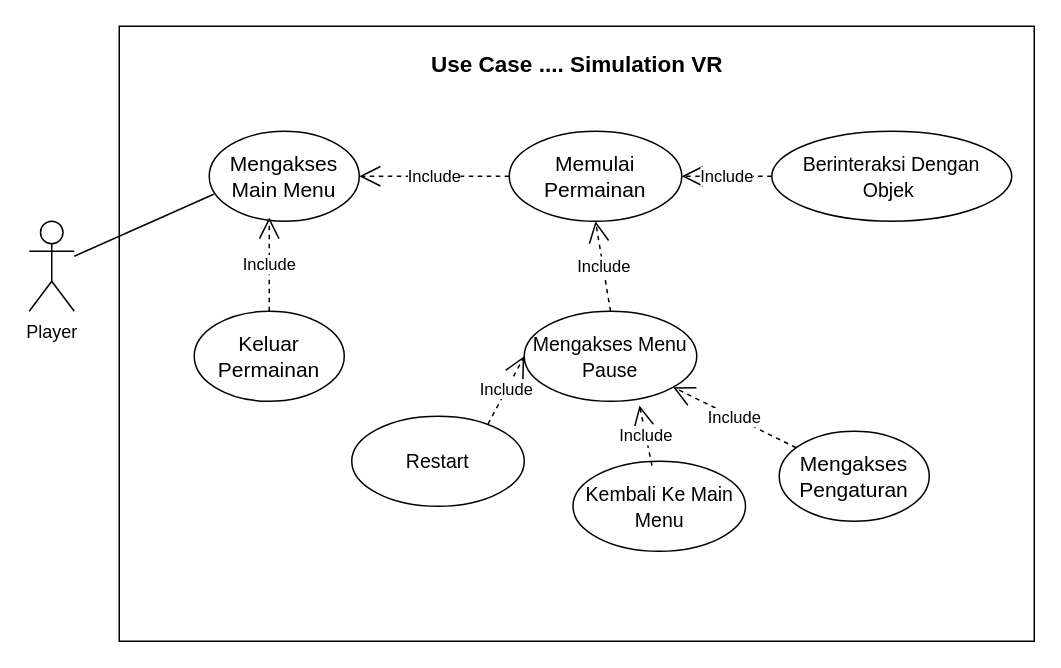
Before: USE CASE SIMULATION GAME VR.drawio in irfanshow/UML, a draw.io diagram. Source tidied: cells renumbered, new cells numbered last; positions are measured from the earlier drawing's top-left corner, leaving out a move shared by most shapes. Both pictures are drawn from the tidied source at 150%, with x=0, y=0 at pixel (28, 26).
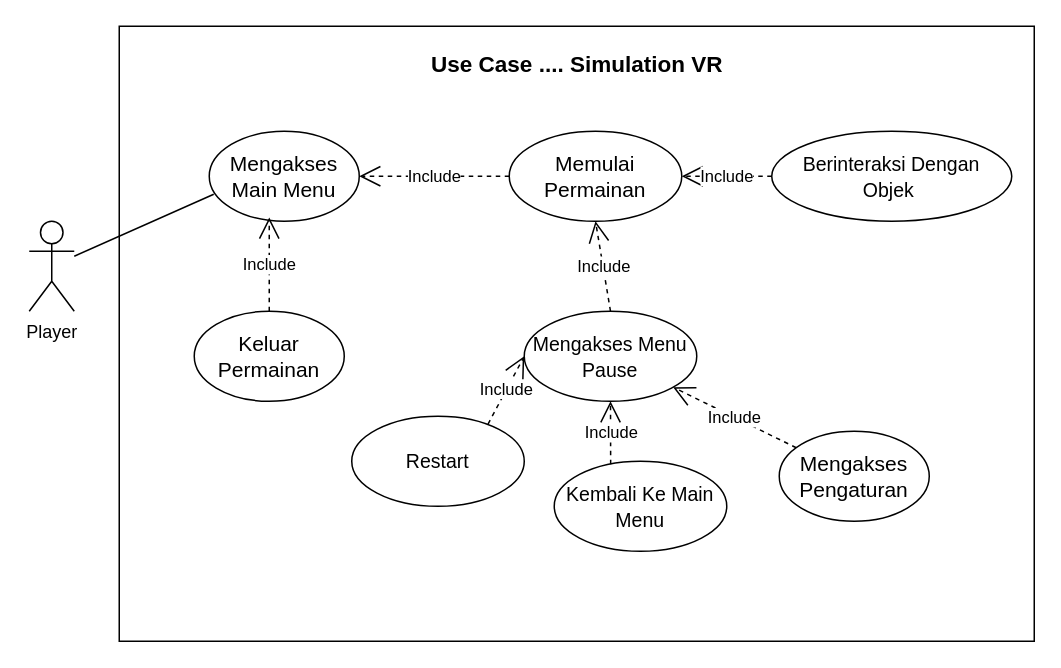
Above is the later version.

The change refers to these unchanged cells:
```xml
<mxCell id="9" value="&lt;font style=&quot;font-size: 13px;&quot;&gt;Mengakses Menu Pause&lt;/font&gt;" style="ellipse;whiteSpace=wrap;html=1;fontSize=14;" parent="1" vertex="1">
  <mxGeometry x="330" y="190" width="115" height="60" as="geometry" />
</mxCell>
```

The edit, as a diff of the source:
```diff
@@
     <mxCell id="11" value="&lt;span style=&quot;font-size: 13px;&quot;&gt;Kembali Ke Main Menu&lt;/span&gt;" style="ellipse;whiteSpace=wrap;html=1;fontSize=14;" parent="1" vertex="1">
-      <mxGeometry x="362.5" y="290" width="115" height="60" as="geometry" />
+      <mxGeometry x="350" y="290" width="115" height="60" as="geometry" />
     </mxCell>
@@
-    <mxCell id="18" value="Include" style="endArrow=open;endSize=12;dashed=1;html=1;rounded=0;exitX=0.458;exitY=0.048;exitDx=0;exitDy=0;entryX=0.668;entryY=1.047;entryDx=0;entryDy=0;exitPerimeter=0;entryPerimeter=0;" parent="1" edge="1" source="11" target="9">
+    <mxCell id="18" value="Include" style="endArrow=open;endSize=12;dashed=1;html=1;rounded=0;exitX=0.327;exitY=0.033;exitDx=0;exitDy=0;exitPerimeter=0;entryX=0.5;entryY=1;entryDx=0;entryDy=0;" parent="1" edge="1" source="11" target="9">
       <mxGeometry relative="1" as="geometry" />
     </mxCell>
```
